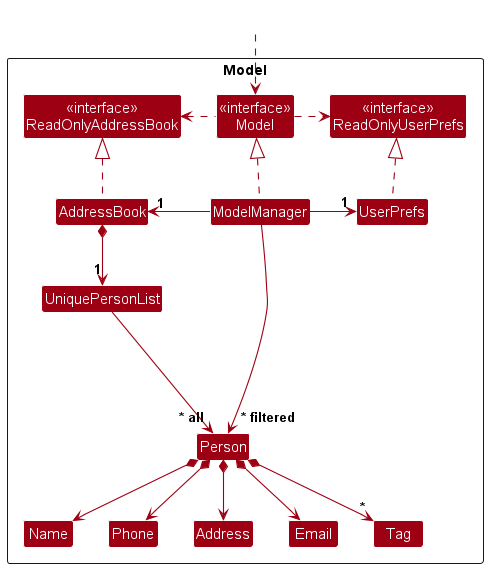
Before: docs/images/ModelClassDiagram.png, a diagram exported from PlantUML (nus-cs2103-AY2425S1/tp).
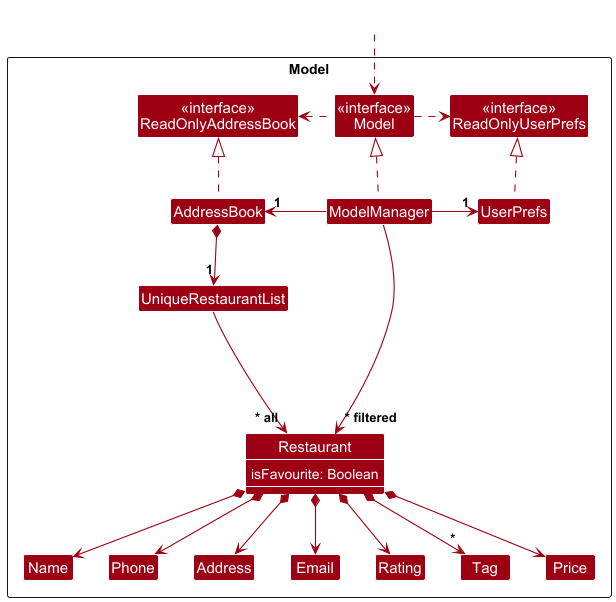
After the commit.

Change to the diagram source:
```diff
@@ -12,13 +12,17 @@
 Class ModelManager
 Class UserPrefs
 
-Class UniquePersonList
-Class Person
+Class UniqueRestaurantList
+Class Restaurant {
+    isFavourite: Boolean
+}
 Class Address
 Class Email
 Class Name
 Class Phone
+Class Rating
 Class Tag
+Class Price
 
 Class I #FFFFFF
 }
@@ -35,20 +39,25 @@
 ModelManager -right-> "1" UserPrefs
 UserPrefs .up.|> ReadOnlyUserPrefs
 
-AddressBook *--> "1" UniquePersonList
-UniquePersonList --> "~* all" Person
-Person *--> Name
-Person *--> Phone
-Person *--> Email
-Person *--> Address
-Person *--> "*" Tag
+AddressBook *--> "1" UniqueRestaurantList
+UniqueRestaurantList --> "~* all" Restaurant
+Restaurant *--> Name
+Restaurant *--> Phone
+Restaurant *--> Email
+Restaurant *--> Address
+Restaurant *--> Rating
+Restaurant *--> "*" Tag
+Restaurant *--> Price
 
-Person -[hidden]up--> I
-UniquePersonList -[hidden]right-> I
+show Restaurant members
+
+Restaurant -[hidden]up--> I
+UniqueRestaurantList -[hidden]right-> I
 
 Name -[hidden]right-> Phone
 Phone -[hidden]right-> Address
 Address -[hidden]right-> Email
+UniqueRestaurantList -[hidden]right-> Restaurant
 
-ModelManager --> "~* filtered" Person
+ModelManager --> "~* filtered" Restaurant
 @enduml
```
